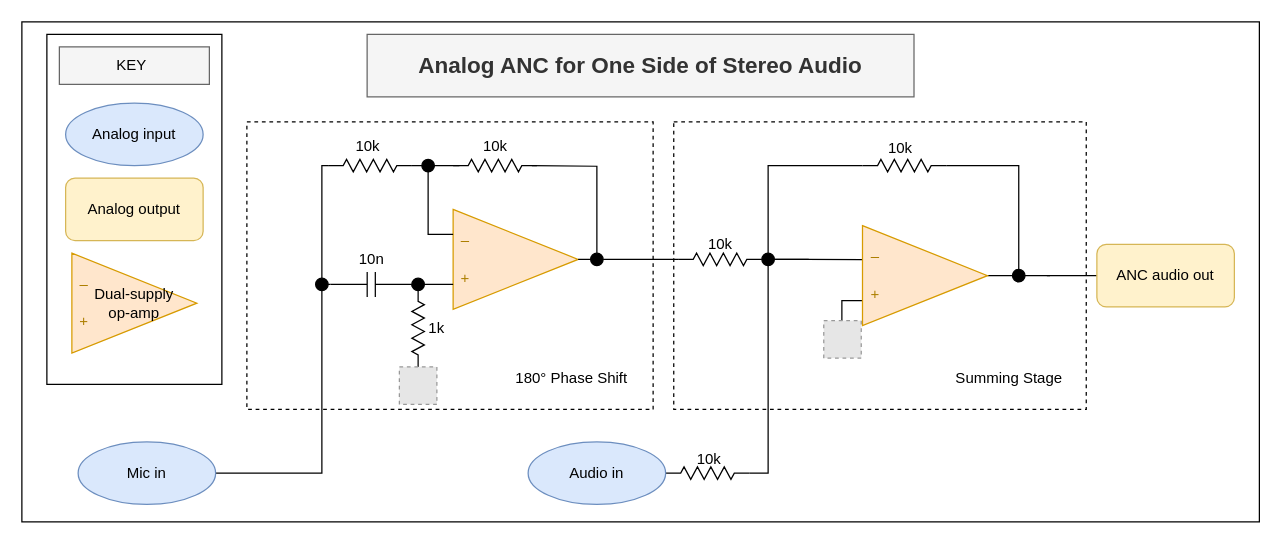
Above: page "Analog_ANC" (2 of 3) of diagrams/Anura_Electrical_System.drawio in Rosnel14/Anura-Headphones (draw.io), before the change. Source tidied: cells renumbered, new cells numbered last; positions are measured from the earlier drawing's top-left corner, leaving out a move shared by most shapes. Both pictures are drawn from the tidied source at 125%, with x=0, y=0 at pixel (21, 21). Pictures stored in the file or linked from it are replaced by grey dashed boxes.
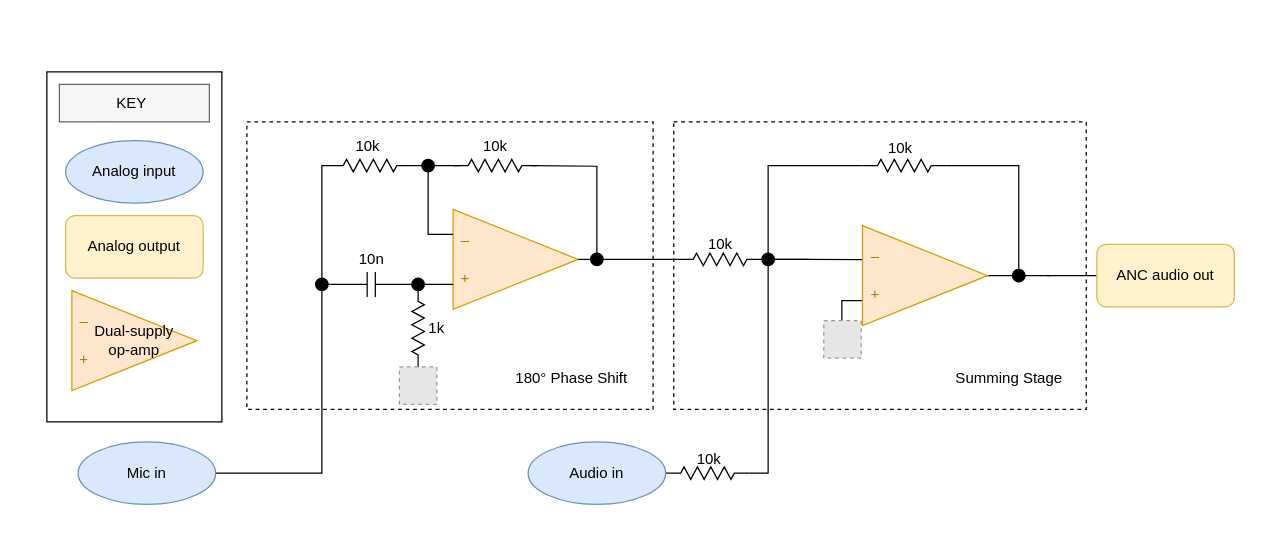
Above is the later version.

Change to the diagram source:
```diff
@@
-    <mxCell id="2" style="rounded=0;whiteSpace=wrap;html=1;" parent="1" vertex="1">
-      <mxGeometry width="990" height="400" as="geometry" />
-    </mxCell>
@@
-    <mxCell id="15" value="Analog ANC for One Side of Stereo Audio" style="rounded=0;whiteSpace=wrap;html=1;fillColor=#f5f5f5;strokeColor=#666666;fontColor=#333333;fontSize=18;fontStyle=1;" parent="1" vertex="1">
-      <mxGeometry x="276.2" y="10" width="437.5" height="50" as="geometry" />
-    </mxCell>
@@
     <mxCell id="45" style="group;" parent="1" vertex="1">
-      <mxGeometry x="20" y="10" width="140" height="280" as="geometry" />
+      <mxGeometry x="20" y="40" width="140" height="280" as="geometry" />
     </mxCell>
```
